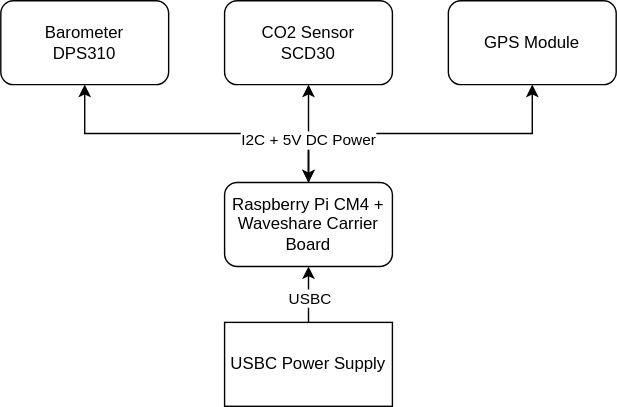
Ribbit-Network/ribbit-network-frog-hardware keeps this draw.io diagram as hardware/v3/frog_sensor.drawio.svg. Above is the earlier version. Source tidied: cells renumbered, new cells last; positions are measured from the earlier drawing's top-left corner, leaving out a move shared by most shapes.
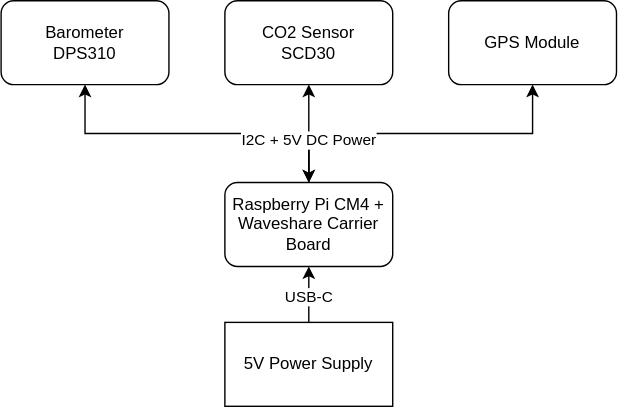
After the commit.

Diff of the diagram source:
```diff
@@ -8,7 +8,7 @@
     <mxCell id="3" style="edgeStyle=orthogonalEdgeStyle;html=1;exitX=0.5;exitY=0;exitDx=0;exitDy=0;entryX=0.5;entryY=1;entryDx=0;entryDy=0;jumpSize=0;rounded=0;" parent="1" edge="1" source="4" target="7">
       <mxGeometry relative="1" as="geometry" />
     </mxCell>
-    <mxCell id="4" value="Raspberry Pi CM4 + Waveshare Carrier Board" style="rounded=1;whiteSpace=wrap;html=1;" parent="1" vertex="1">
+    <mxCell id="4" value="Raspberry Pi 4 compute module on carrier board" style="rounded=1;whiteSpace=wrap;html=1;" parent="1" vertex="1">
       <mxGeometry x="160" y="130" width="120" height="60" as="geometry" />
     </mxCell>
     <mxCell id="5" value="CO2 Sensor&lt;br&gt;SCD30" style="rounded=1;whiteSpace=wrap;html=1;" parent="1" vertex="1">
@@ -23,12 +23,12 @@
     <mxCell id="8" style="edgeStyle=orthogonalEdgeStyle;rounded=0;jumpSize=0;html=1;exitX=0.5;exitY=0;exitDx=0;exitDy=0;entryX=0.5;entryY=1;entryDx=0;entryDy=0;" parent="1" edge="1" source="10" target="4">
       <mxGeometry relative="1" as="geometry" />
     </mxCell>
-    <mxCell id="9" value="USBC" style="edgeLabel;html=1;align=center;verticalAlign=middle;" parent="8" vertex="1">
+    <mxCell id="9" value="USB-C" style="edgeLabel;html=1;align=center;verticalAlign=middle;" parent="8" vertex="1">
       <mxGeometry x="0.2" y="3" relative="1" as="geometry">
         <mxPoint x="3" y="6" as="offset" />
       </mxGeometry>
     </mxCell>
-    <mxCell id="10" value="USBC Power Supply" style="rounded=0;whiteSpace=wrap;html=1;" parent="1" vertex="1">
+    <mxCell id="10" value="5V Power Supply" style="rounded=0;whiteSpace=wrap;html=1;" parent="1" vertex="1">
       <mxGeometry x="160" y="230" width="120" height="60" as="geometry" />
     </mxCell>
     <mxCell id="11" value="I2C + 5V DC Power" style="endArrow=classic;startArrow=classic;html=1;entryX=0.5;entryY=1;entryDx=0;entryDy=0;exitX=0.5;exitY=0;exitDx=0;exitDy=0;" parent="1" edge="1" source="4" target="5">
```
